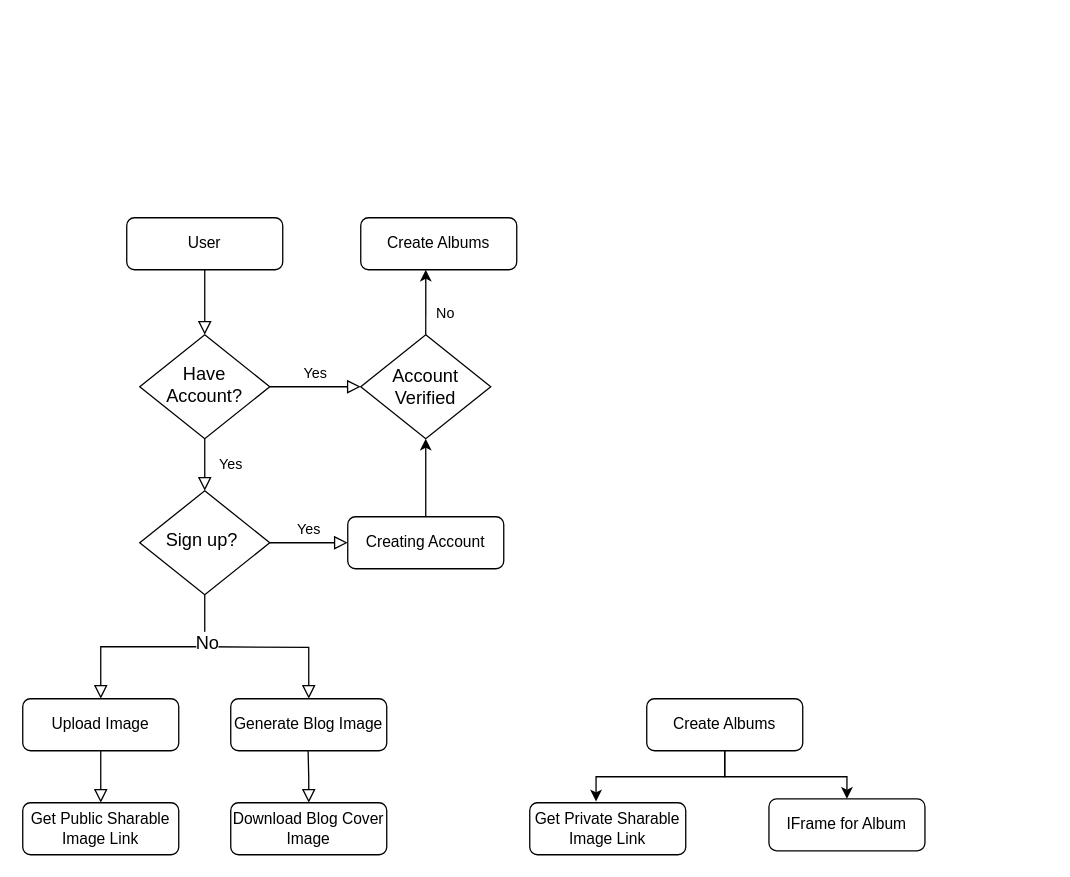
Above: src/Images/Untitled Diagram.drawio in smilegupta/ImageDock (draw.io), before the change. Source tidied: cells renumbered, new cells numbered last; positions are measured from the earlier drawing's top-left corner, leaving out a move shared by most shapes. Both pictures are drawn from the tidied source at 130%, with x=0, y=0 at pixel (22, 217).
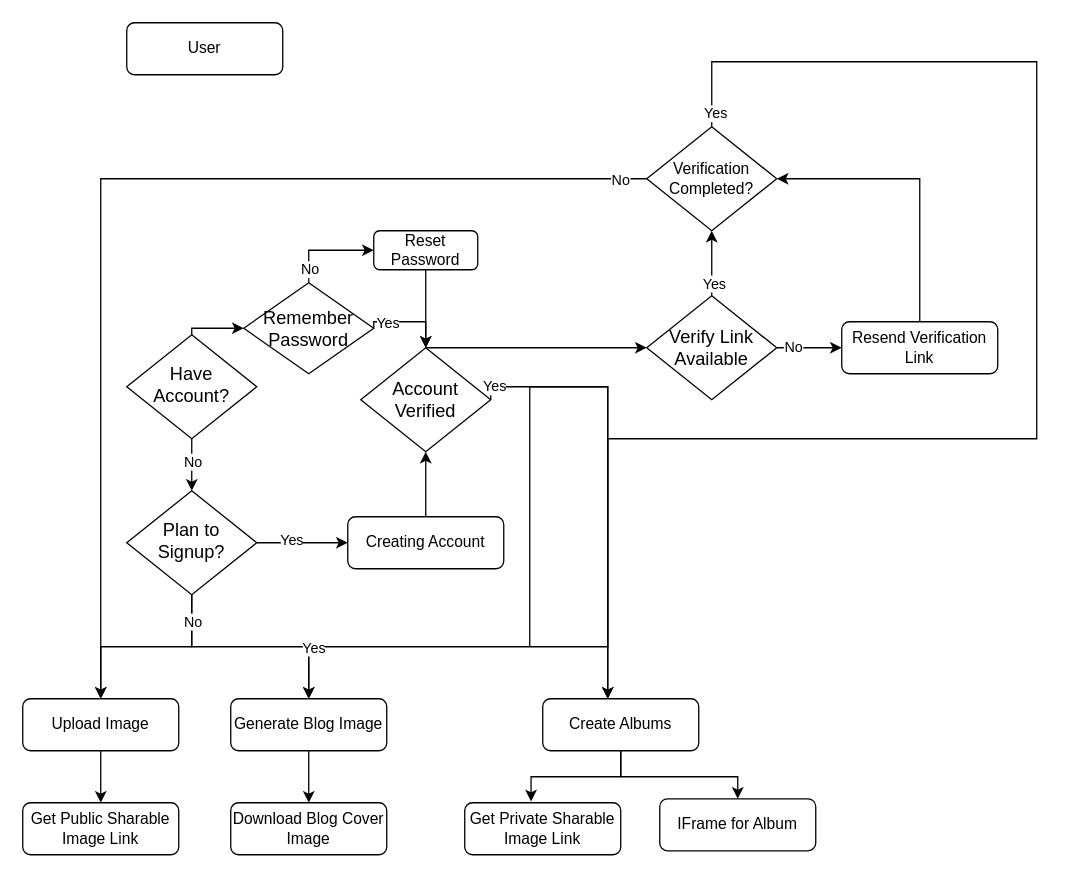
Above is the later version.

Unchanged cells that the change refers to:
```xml
<mxCell id="11" value="Upload Image" style="rounded=1;whiteSpace=wrap;html=1;fontSize=12;glass=0;strokeWidth=1;shadow=0;" parent="1" vertex="1">
  <mxGeometry y="370" width="120" height="40" as="geometry" />
</mxCell>
<mxCell id="13" value="Creating Account" style="rounded=1;whiteSpace=wrap;html=1;fontSize=12;glass=0;strokeWidth=1;shadow=0;" parent="1" vertex="1">
  <mxGeometry x="250" y="230" width="120" height="40" as="geometry" />
</mxCell>
<mxCell id="14" value="Generate Blog Image" style="rounded=1;whiteSpace=wrap;html=1;fontSize=12;glass=0;strokeWidth=1;shadow=0;" parent="1" vertex="1">
  <mxGeometry x="160" y="370" width="120" height="40" as="geometry" />
</mxCell>
<mxCell id="17" value="Get Public Sharable Image Link" style="rounded=1;whiteSpace=wrap;html=1;fontSize=12;glass=0;strokeWidth=1;shadow=0;" parent="1" vertex="1">
  <mxGeometry y="450" width="120" height="40" as="geometry" />
</mxCell>
<mxCell id="19" value="Download Blog Cover Image" style="rounded=1;whiteSpace=wrap;html=1;fontSize=12;glass=0;strokeWidth=1;shadow=0;" parent="1" vertex="1">
  <mxGeometry x="160" y="450" width="120" height="40" as="geometry" />
</mxCell>
```

The edit, as a diff of the source:
```diff
@@
-    <mxCell id="2" style="rounded=0;html=1;jettySize=auto;fontSize=11;endArrow=block;endFill=0;endSize=8;strokeWidth=1;shadow=0;labelBackgroundColor=none;edgeStyle=orthogonalEdgeStyle;" parent="1" edge="1" source="3" target="6">
-      <mxGeometry relative="1" as="geometry" />
-    </mxCell>
     <mxCell id="3" value="User" style="rounded=1;whiteSpace=wrap;html=1;fontSize=12;glass=0;strokeWidth=1;shadow=0;" parent="1" vertex="1">
-      <mxGeometry x="80" width="120" height="40" as="geometry" />
+      <mxGeometry x="80" y="-150" width="120" height="40" as="geometry" />
     </mxCell>
-    <mxCell id="4" value="Yes" style="rounded=0;html=1;jettySize=auto;fontSize=11;endArrow=block;endFill=0;endSize=8;strokeWidth=1;shadow=0;labelBackgroundColor=none;edgeStyle=orthogonalEdgeStyle;" parent="1" edge="1" source="6" target="10">
-      <mxGeometry y="20" relative="1" as="geometry" />
+    <mxCell id="4" style="edgeStyle=orthogonalEdgeStyle;rounded=0;jettySize=auto;html=1;exitX=0.5;exitY=1;exitDx=0;exitDy=0;entryX=0.5;entryY=0;entryDx=0;entryDy=0;" parent="1" edge="1" source="6" target="10">
+      <mxGeometry relative="1" as="geometry" />
     </mxCell>
-    <mxCell id="5" value="Yes" style="edgeStyle=orthogonalEdgeStyle;rounded=0;html=1;jettySize=auto;fontSize=11;endArrow=block;endFill=0;endSize=8;strokeWidth=1;shadow=0;labelBackgroundColor=none;entryX=0;entryY=0.5;entryDx=0;entryDy=0;" parent="1" edge="1" source="6" target="25">
-      <mxGeometry y="10" relative="1" as="geometry" />
-    </mxCell>
+    <mxCell id="29" value="No" style="edgeLabel;html=1;align=center;verticalAlign=middle;" parent="4" vertex="1">
+      <mxGeometry x="-0.15" relative="1" as="geometry" />
+    </mxCell>
+    <mxCell id="30" style="edgeStyle=orthogonalEdgeStyle;rounded=0;jettySize=auto;html=1;exitX=0.5;exitY=0;exitDx=0;exitDy=0;entryX=0;entryY=0.5;entryDx=0;entryDy=0;" parent="1" edge="1" source="6" target="55">
+      <mxGeometry relative="1" as="geometry">
+        <Array as="points">
+          <mxPoint x="130" y="85" />
+        </Array>
+      </mxGeometry>
+    </mxCell>
     <mxCell id="6" value="&lt;font style=&quot;font-size: 14px&quot;&gt;Have Account?&lt;/font&gt;" style="rhombus;whiteSpace=wrap;html=1;shadow=0;fontFamily=Helvetica;fontSize=12;align=center;strokeWidth=1;spacing=6;spacingTop=-4;" parent="1" vertex="1">
-      <mxGeometry x="90" y="90" width="100" height="80" as="geometry" />
+      <mxGeometry x="80" y="90" width="100" height="80" as="geometry" />
     </mxCell>
-    <mxCell id="7" value="Create Albums" style="rounded=1;whiteSpace=wrap;html=1;fontSize=12;glass=0;strokeWidth=1;shadow=0;" parent="1" vertex="1">
-      <mxGeometry x="260" width="120" height="40" as="geometry" />
-    </mxCell>
+    <mxCell id="31" style="edgeStyle=orthogonalEdgeStyle;rounded=0;jettySize=auto;html=1;entryX=0.5;entryY=0;entryDx=0;entryDy=0;" parent="1" edge="1" source="50" target="11">
+      <mxGeometry relative="1" as="geometry">
+        <Array as="points">
+          <mxPoint x="60" y="-30" />
+        </Array>
+      </mxGeometry>
+    </mxCell>
+    <mxCell id="32" value="No" style="edgeLabel;html=1;align=center;verticalAlign=middle;" parent="31" vertex="1">
+      <mxGeometry x="-0.95" relative="1" as="geometry" />
+    </mxCell>
+    <mxCell id="33" style="edgeStyle=orthogonalEdgeStyle;rounded=0;jettySize=auto;html=1;exitX=0.5;exitY=1;exitDx=0;exitDy=0;" parent="1" edge="1" source="10" target="14">
+      <mxGeometry relative="1" as="geometry">
+        <Array as="points">
+          <mxPoint x="130" y="330" />
+          <mxPoint x="220" y="330" />
+        </Array>
+      </mxGeometry>
+    </mxCell>
-    <mxCell id="8" style="rounded=0;html=1;jettySize=auto;fontSize=11;endArrow=block;endFill=0;endSize=8;strokeWidth=1;shadow=0;labelBackgroundColor=none;edgeStyle=orthogonalEdgeStyle;" parent="1" edge="1" source="10" target="11">
-      <mxGeometry x="0.33" y="20" relative="1" as="geometry" />
+    <mxCell id="8" style="edgeStyle=orthogonalEdgeStyle;rounded=0;jettySize=auto;html=1;exitX=0.5;exitY=1;exitDx=0;exitDy=0;entryX=0.5;entryY=0;entryDx=0;entryDy=0;" parent="1" edge="1" source="10" target="11">
+      <mxGeometry relative="1" as="geometry" />
     </mxCell>
+    <mxCell id="34" value="No" style="edgeLabel;html=1;align=center;verticalAlign=middle;" parent="8" vertex="1">
+      <mxGeometry x="-0.81" relative="1" as="geometry">
+        <mxPoint y="6" as="offset" />
+      </mxGeometry>
+    </mxCell>
-    <mxCell id="9" value="Yes" style="edgeStyle=orthogonalEdgeStyle;rounded=0;html=1;jettySize=auto;fontSize=11;endArrow=block;endFill=0;endSize=8;strokeWidth=1;shadow=0;labelBackgroundColor=none;" parent="1" edge="1" source="10" target="13">
-      <mxGeometry y="10" relative="1" as="geometry" />
+    <mxCell id="9" style="edgeStyle=orthogonalEdgeStyle;rounded=0;jettySize=auto;html=1;exitX=1;exitY=0.5;exitDx=0;exitDy=0;" parent="1" edge="1" source="10" target="13">
+      <mxGeometry relative="1" as="geometry" />
     </mxCell>
+    <mxCell id="35" value="Yes" style="edgeLabel;html=1;align=center;verticalAlign=middle;" parent="9" vertex="1">
+      <mxGeometry x="-0.27" y="3" relative="1" as="geometry" />
+    </mxCell>
-    <mxCell id="10" value="&lt;font style=&quot;font-size: 14px&quot;&gt;Sign up?&amp;nbsp;&lt;/font&gt;" style="rhombus;whiteSpace=wrap;html=1;shadow=0;fontFamily=Helvetica;fontSize=12;align=center;strokeWidth=1;spacing=6;spacingTop=-4;" parent="1" vertex="1">
-      <mxGeometry x="90" y="210" width="100" height="80" as="geometry" />
+    <mxCell id="10" value="&lt;span style=&quot;font-size: 14px&quot;&gt;Plan to Signup?&lt;/span&gt;" style="rhombus;whiteSpace=wrap;html=1;shadow=0;fontFamily=Helvetica;fontSize=12;align=center;strokeWidth=1;spacing=6;spacingTop=-4;" parent="1" vertex="1">
+      <mxGeometry x="80" y="210" width="100" height="80" as="geometry" />
     </mxCell>
+    <mxCell id="18" style="edgeStyle=orthogonalEdgeStyle;rounded=0;jettySize=auto;html=1;exitX=0.5;exitY=1;exitDx=0;exitDy=0;entryX=0.5;entryY=0;entryDx=0;entryDy=0;" parent="1" edge="1" source="11" target="17">
+      <mxGeometry relative="1" as="geometry" />
+    </mxCell>
@@
+    <mxCell id="36" style="edgeStyle=orthogonalEdgeStyle;rounded=0;jettySize=auto;html=1;exitX=0.5;exitY=1;exitDx=0;exitDy=0;entryX=0.5;entryY=0;entryDx=0;entryDy=0;" parent="1" edge="1" source="14" target="19">
+      <mxGeometry relative="1" as="geometry" />
+    </mxCell>
@@
-    <mxCell id="15" style="rounded=0;html=1;jettySize=auto;fontSize=11;endArrow=block;endFill=0;endSize=8;strokeWidth=1;shadow=0;labelBackgroundColor=none;edgeStyle=orthogonalEdgeStyle;entryX=0.5;entryY=0;entryDx=0;entryDy=0;" parent="1" edge="1" target="14">
-      <mxGeometry x="0.33" y="20" relative="1" as="geometry">
-        <mxPoint x="140" y="330" as="sourcePoint" />
-      </mxGeometry>
-    </mxCell>
-    <mxCell id="16" value="&lt;font style=&quot;font-size: 14px&quot;&gt;No&lt;/font&gt;" style="edgeLabel;html=1;align=center;verticalAlign=middle;" parent="15" vertex="1">
-      <mxGeometry x="-0.98" y="4" relative="1" as="geometry" />
-    </mxCell>
@@
-    <mxCell id="18" style="rounded=0;html=1;jettySize=auto;fontSize=11;endArrow=block;endFill=0;endSize=8;strokeWidth=1;shadow=0;labelBackgroundColor=none;edgeStyle=orthogonalEdgeStyle;exitX=0.5;exitY=1;exitDx=0;exitDy=0;entryX=0.5;entryY=0;entryDx=0;entryDy=0;" parent="1" edge="1" source="11" target="17">
-      <mxGeometry x="0.33" y="20" relative="1" as="geometry" />
-    </mxCell>
@@
-    <mxCell id="20" style="rounded=0;html=1;jettySize=auto;fontSize=11;endArrow=block;endFill=0;endSize=8;strokeWidth=1;shadow=0;labelBackgroundColor=none;edgeStyle=orthogonalEdgeStyle;exitX=0.5;exitY=1;exitDx=0;exitDy=0;" parent="1" edge="1" target="19">
-      <mxGeometry x="0.33" y="20" relative="1" as="geometry">
-        <mxPoint x="219.5" y="410" as="sourcePoint" />
-      </mxGeometry>
-    </mxCell>
@@
     <mxCell id="23" value="Create Albums" style="rounded=1;whiteSpace=wrap;html=1;fontSize=12;glass=0;strokeWidth=1;shadow=0;" parent="1" vertex="1">
-      <mxGeometry x="480" y="370" width="120" height="40" as="geometry" />
+      <mxGeometry x="400" y="370" width="120" height="40" as="geometry" />
     </mxCell>
-    <mxCell id="24" style="edgeStyle=orthogonalEdgeStyle;rounded=0;jettySize=auto;html=1;exitX=0.5;exitY=0;exitDx=0;exitDy=0;entryX=0.417;entryY=1;entryDx=0;entryDy=0;entryPerimeter=0;" parent="1" edge="1" source="25" target="7">
-      <mxGeometry relative="1" as="geometry" />
+    <mxCell id="24" style="edgeStyle=orthogonalEdgeStyle;rounded=0;jettySize=auto;html=1;exitX=1;exitY=0.5;exitDx=0;exitDy=0;" parent="1" edge="1" source="25">
+      <mxGeometry relative="1" as="geometry">
+        <mxPoint x="450" y="370" as="targetPoint" />
+        <Array as="points">
+          <mxPoint x="450" y="130" />
+        </Array>
+      </mxGeometry>
     </mxCell>
+    <mxCell id="37" value="Yes" style="edgeLabel;html=1;align=center;verticalAlign=middle;" parent="24" vertex="1">
+      <mxGeometry x="-0.93" y="1" relative="1" as="geometry" />
+    </mxCell>
+    <mxCell id="38" style="edgeStyle=orthogonalEdgeStyle;rounded=0;jettySize=auto;html=1;entryX=0.5;entryY=0;entryDx=0;entryDy=0;" parent="1" edge="1" target="14">
+      <mxGeometry relative="1" as="geometry">
+        <mxPoint x="220" y="360" as="sourcePoint" />
+        <Array as="points">
+          <mxPoint x="220" y="330" />
+          <mxPoint x="390" y="330" />
+          <mxPoint x="390" y="130" />
+          <mxPoint x="450" y="130" />
+          <mxPoint x="450" y="330" />
+          <mxPoint x="220" y="330" />
+        </Array>
+      </mxGeometry>
+    </mxCell>
+    <mxCell id="39" value="Yes" style="edgeLabel;html=1;align=center;verticalAlign=middle;" parent="38" vertex="1">
+      <mxGeometry x="-0.93" y="2" relative="1" as="geometry">
+        <mxPoint y="2" as="offset" />
+      </mxGeometry>
+    </mxCell>
+    <mxCell id="40" style="edgeStyle=orthogonalEdgeStyle;rounded=0;jettySize=auto;html=1;exitX=0.5;exitY=0;exitDx=0;exitDy=0;" parent="1" edge="1" source="25" target="45">
+      <mxGeometry relative="1" as="geometry">
+        <Array as="points">
+          <mxPoint x="310" y="100" />
+        </Array>
+      </mxGeometry>
+    </mxCell>
     <mxCell id="25" value="&lt;font style=&quot;font-size: 14px&quot;&gt;Account Verified&lt;/font&gt;" style="rhombus;whiteSpace=wrap;html=1;" parent="1" vertex="1">
-      <mxGeometry x="260" y="90" width="100" height="80" as="geometry" />
+      <mxGeometry x="260" y="100" width="100" height="80" as="geometry" />
     </mxCell>
-    <mxCell id="26" value="&lt;font style=&quot;font-size: 11px&quot;&gt;No&lt;/font&gt;" style="text;html=1;align=center;verticalAlign=middle;strokeColor=none;" parent="1" vertex="1">
-      <mxGeometry x="310" y="64" width="30" height="20" as="geometry" />
-    </mxCell>
     <mxCell id="27" value="Get Private Sharable Image Link" style="rounded=1;whiteSpace=wrap;html=1;fontSize=12;glass=0;strokeWidth=1;shadow=0;" parent="1" vertex="1">
-      <mxGeometry x="390" y="450" width="120" height="40" as="geometry" />
+      <mxGeometry x="340" y="450" width="120" height="40" as="geometry" />
     </mxCell>
     <mxCell id="28" value="IFrame for Album" style="rounded=1;whiteSpace=wrap;html=1;fontSize=12;glass=0;strokeWidth=1;shadow=0;" parent="1" vertex="1">
-      <mxGeometry x="574" y="447" width="120" height="40" as="geometry" />
+      <mxGeometry x="490" y="447" width="120" height="40" as="geometry" />
     </mxCell>
+    <mxCell id="41" style="edgeStyle=orthogonalEdgeStyle;rounded=0;jettySize=auto;html=1;exitX=1;exitY=0.5;exitDx=0;exitDy=0;entryX=0;entryY=0.5;entryDx=0;entryDy=0;" parent="1" edge="1" source="45" target="47">
+      <mxGeometry relative="1" as="geometry" />
+    </mxCell>
+    <mxCell id="42" value="No" style="edgeLabel;html=1;align=center;verticalAlign=middle;" parent="41" vertex="1">
+      <mxGeometry x="-0.52" y="1" relative="1" as="geometry" />
+    </mxCell>
+    <mxCell id="43" style="edgeStyle=orthogonalEdgeStyle;rounded=0;jettySize=auto;html=1;exitX=0.5;exitY=0;exitDx=0;exitDy=0;entryX=0.5;entryY=1;entryDx=0;entryDy=0;" parent="1" edge="1" source="45" target="50">
+      <mxGeometry relative="1" as="geometry" />
+    </mxCell>
+    <mxCell id="44" value="Yes" style="edgeLabel;html=1;align=center;verticalAlign=middle;" parent="43" vertex="1">
+      <mxGeometry x="-0.6" y="-1" relative="1" as="geometry" />
+    </mxCell>
+    <mxCell id="45" value="&lt;font style=&quot;font-size: 14px&quot;&gt;Verify Link Available&lt;/font&gt;" style="rhombus;whiteSpace=wrap;html=1;" parent="1" vertex="1">
+      <mxGeometry x="480" y="60" width="100" height="80" as="geometry" />
+    </mxCell>
+    <mxCell id="46" style="edgeStyle=orthogonalEdgeStyle;rounded=0;jettySize=auto;html=1;exitX=0.5;exitY=0;exitDx=0;exitDy=0;entryX=1;entryY=0.5;entryDx=0;entryDy=0;" parent="1" edge="1" source="47" target="50">
+      <mxGeometry relative="1" as="geometry" />
+    </mxCell>
+    <mxCell id="47" value="Resend Verification Link" style="rounded=1;whiteSpace=wrap;html=1;fontSize=12;glass=0;strokeWidth=1;shadow=0;" parent="1" vertex="1">
+      <mxGeometry x="630" y="80" width="120" height="40" as="geometry" />
+    </mxCell>
+    <mxCell id="48" style="edgeStyle=orthogonalEdgeStyle;rounded=0;jettySize=auto;html=1;exitX=0.5;exitY=0;exitDx=0;exitDy=0;" parent="1" edge="1" source="50">
+      <mxGeometry relative="1" as="geometry">
+        <mxPoint x="450" y="370" as="targetPoint" />
+        <Array as="points">
+          <mxPoint x="530" y="-120" />
+          <mxPoint x="780" y="-120" />
+          <mxPoint x="780" y="170" />
+          <mxPoint x="450" y="170" />
+        </Array>
+      </mxGeometry>
+    </mxCell>
+    <mxCell id="49" value="Yes" style="edgeLabel;html=1;align=center;verticalAlign=middle;" parent="48" vertex="1">
+      <mxGeometry x="-0.98" y="-2" relative="1" as="geometry" />
+    </mxCell>
+    <mxCell id="50" value="Verification&lt;br&gt;Completed?" style="rhombus;whiteSpace=wrap;html=1;" parent="1" vertex="1">
+      <mxGeometry x="480" y="-70" width="100" height="80" as="geometry" />
+    </mxCell>
+    <mxCell id="51" style="edgeStyle=orthogonalEdgeStyle;rounded=0;jettySize=auto;html=1;exitX=1;exitY=0.5;exitDx=0;exitDy=0;entryX=0.5;entryY=0;entryDx=0;entryDy=0;" parent="1" edge="1" source="55" target="25">
+      <mxGeometry relative="1" as="geometry">
+        <Array as="points">
+          <mxPoint x="310" y="80" />
+        </Array>
+      </mxGeometry>
+    </mxCell>
+    <mxCell id="52" value="Yes" style="edgeLabel;html=1;align=center;verticalAlign=middle;" parent="51" vertex="1">
+      <mxGeometry x="-0.8" y="4" relative="1" as="geometry">
+        <mxPoint x="9" y="4" as="offset" />
+      </mxGeometry>
+    </mxCell>
+    <mxCell id="53" style="edgeStyle=orthogonalEdgeStyle;rounded=0;jettySize=auto;html=1;exitX=0.5;exitY=0;exitDx=0;exitDy=0;entryX=0;entryY=0.5;entryDx=0;entryDy=0;" parent="1" edge="1" source="55" target="57">
+      <mxGeometry relative="1" as="geometry">
+        <Array as="points">
+          <mxPoint x="220" y="25" />
+        </Array>
+      </mxGeometry>
+    </mxCell>
+    <mxCell id="54" value="No" style="edgeLabel;html=1;align=center;verticalAlign=middle;" parent="53" vertex="1">
+      <mxGeometry x="-0.7" relative="1" as="geometry" />
+    </mxCell>
+    <mxCell id="55" value="&lt;font style=&quot;font-size: 14px&quot;&gt;Remember Password&lt;/font&gt;" style="rhombus;whiteSpace=wrap;html=1;" parent="1" vertex="1">
+      <mxGeometry x="170" y="50" width="100" height="70" as="geometry" />
+    </mxCell>
+    <mxCell id="56" style="edgeStyle=orthogonalEdgeStyle;rounded=0;jettySize=auto;html=1;exitX=0.5;exitY=1;exitDx=0;exitDy=0;entryX=0.5;entryY=0;entryDx=0;entryDy=0;" parent="1" edge="1" source="57" target="25">
+      <mxGeometry relative="1" as="geometry" />
+    </mxCell>
+    <mxCell id="57" value="Reset Password" style="rounded=1;whiteSpace=wrap;html=1;" parent="1" vertex="1">
+      <mxGeometry x="270" y="10" width="80" height="30" as="geometry" />
+    </mxCell>
```
